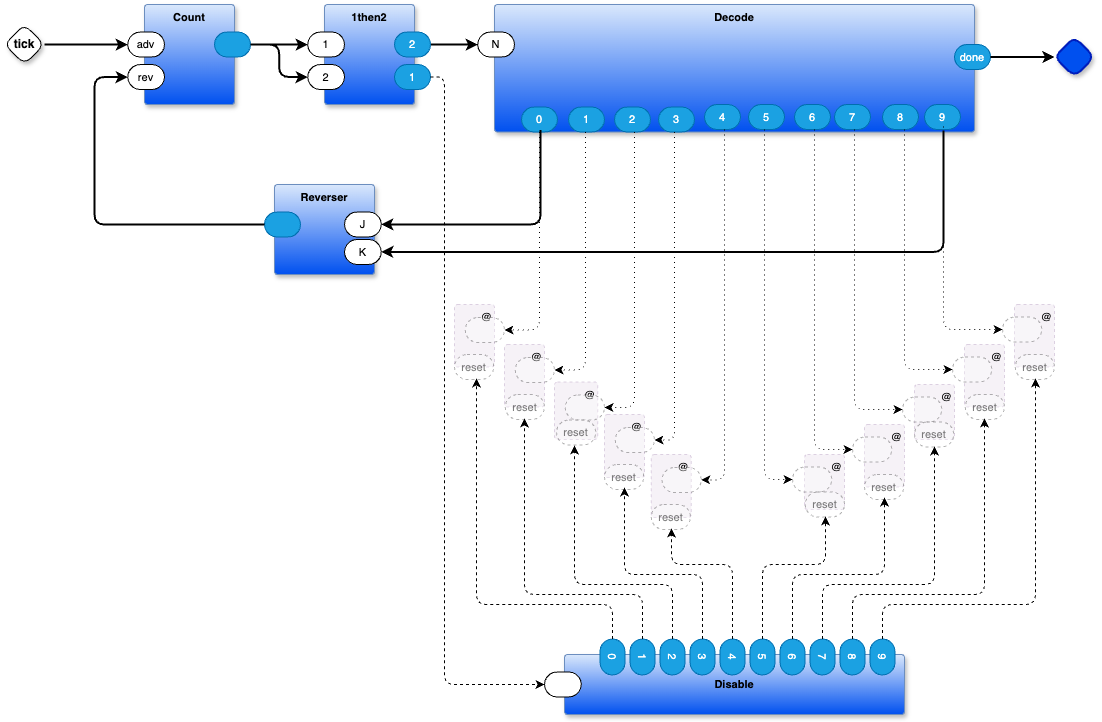
guitarvydas/zddemos keeps this draw.io diagram as html-larson/scanner-Larson.drawio.png. Above is the earlier version. Source tidied: cells renumbered, new cells last; positions are measured from the earlier drawing's top-left corner, leaving out a move shared by most shapes.
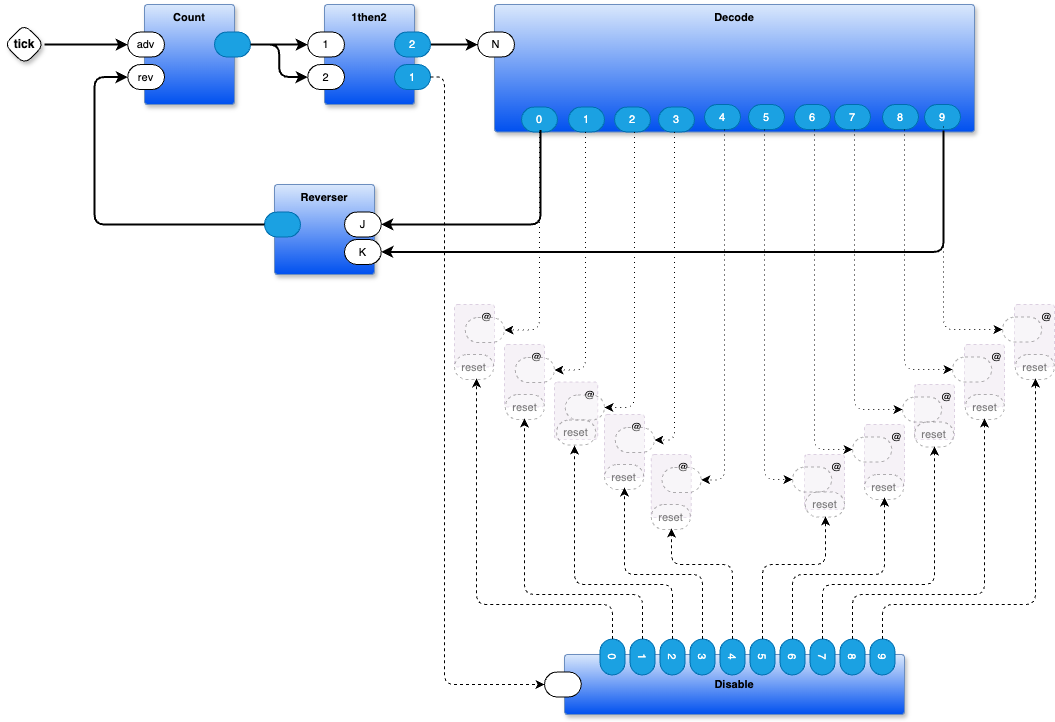
After the change.

What changed in the source:
```diff
@@ -73,9 +73,6 @@
     <mxCell id="23" value="0" style="rounded=1;whiteSpace=wrap;html=1;sketch=0;points=[[0,0.5,0,0,0],[1,0.5,0,0,0]];fillColor=#1ba1e2;fontColor=#ffffff;strokeColor=#006EAF;arcSize=50;fontFamily=Helvetica;fontSize=11;" parent="13" vertex="1">
       <mxGeometry x="27" y="102.5" width="36" height="25" as="geometry" />
     </mxCell>
-    <mxCell id="24" value="done" style="rounded=1;whiteSpace=wrap;html=1;sketch=0;points=[[0,0.5,0,0,0],[1,0.5,0,0,0]];fillColor=#1ba1e2;fontColor=#ffffff;strokeColor=#006EAF;arcSize=50;fontFamily=Helvetica;fontSize=11;" parent="13" vertex="1">
-      <mxGeometry x="460" y="40" width="36" height="25" as="geometry" />
-    </mxCell>
     <mxCell id="25" value="1" style="rounded=1;whiteSpace=wrap;html=1;sketch=0;points=[[0,0.5,0,0,0],[1,0.5,0,0,0]];fillColor=#1ba1e2;fontColor=#ffffff;strokeColor=#006EAF;arcSize=50;fontFamily=Helvetica;fontSize=11;" parent="13" vertex="1">
       <mxGeometry x="74" y="102.5" width="36" height="25" as="geometry" />
     </mxCell>
@@ -245,12 +242,6 @@
         </Array>
       </mxGeometry>
     </mxCell>
-    <mxCell id="68" style="rhombus;whiteSpace=wrap;html=1;rounded=1;fontStyle=1;glass=0;sketch=0;fontSize=12;points=[[0,0.5,0,0,0],[0.5,0,0,0,0],[0.5,1,0,0,0],[1,0.5,0,0,0]];shadow=1;fillColor=#0050ef;fontColor=#ffffff;strokeColor=#001DBC;fontFamily=Helvetica;strokeWidth=2;" parent="1" vertex="1">
-      <mxGeometry x="1050" y="32.5" width="40" height="40" as="geometry" />
-    </mxCell>
-    <mxCell id="69" style="edgeStyle=orthogonalEdgeStyle;rounded=1;jettySize=auto;html=1;exitX=1;exitY=0.5;exitDx=0;exitDy=0;exitPerimeter=0;strokeWidth=2;curved=0;" parent="1" edge="1" source="24" target="68">
-      <mxGeometry relative="1" as="geometry" />
-    </mxCell>
     <mxCell id="70" style="edgeStyle=orthogonalEdgeStyle;shape=connector;curved=0;rounded=1;jettySize=auto;html=1;exitX=1;exitY=0.5;exitDx=0;exitDy=0;exitPerimeter=0;entryX=0;entryY=0.5;entryDx=0;entryDy=0;entryPerimeter=0;strokeColor=default;align=center;verticalAlign=middle;fontFamily=Helvetica;fontSize=11;fontColor=default;labelBackgroundColor=default;endArrow=classic;strokeWidth=2;" parent="1" edge="1" source="6" target="73">
       <mxGeometry relative="1" as="geometry" />
     </mxCell>
```
